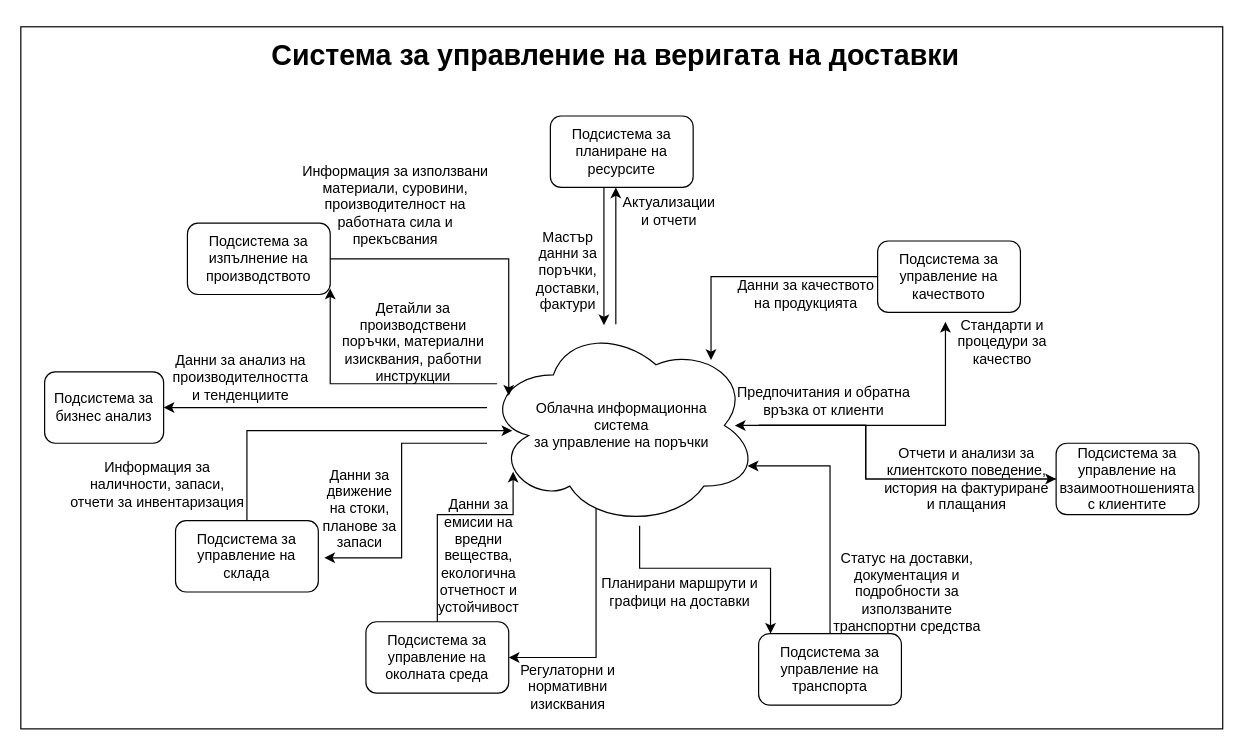
Before: Chapter1/PersoSystDiagram_EN.drawio in profjordanov/phd, a draw.io diagram. Source tidied: cells renumbered, new cells numbered last; positions are measured from the earlier drawing's top-left corner, leaving out a move shared by most shapes. Both pictures are drawn from the tidied source at 119%, with x=0, y=0 at pixel (20, 26).
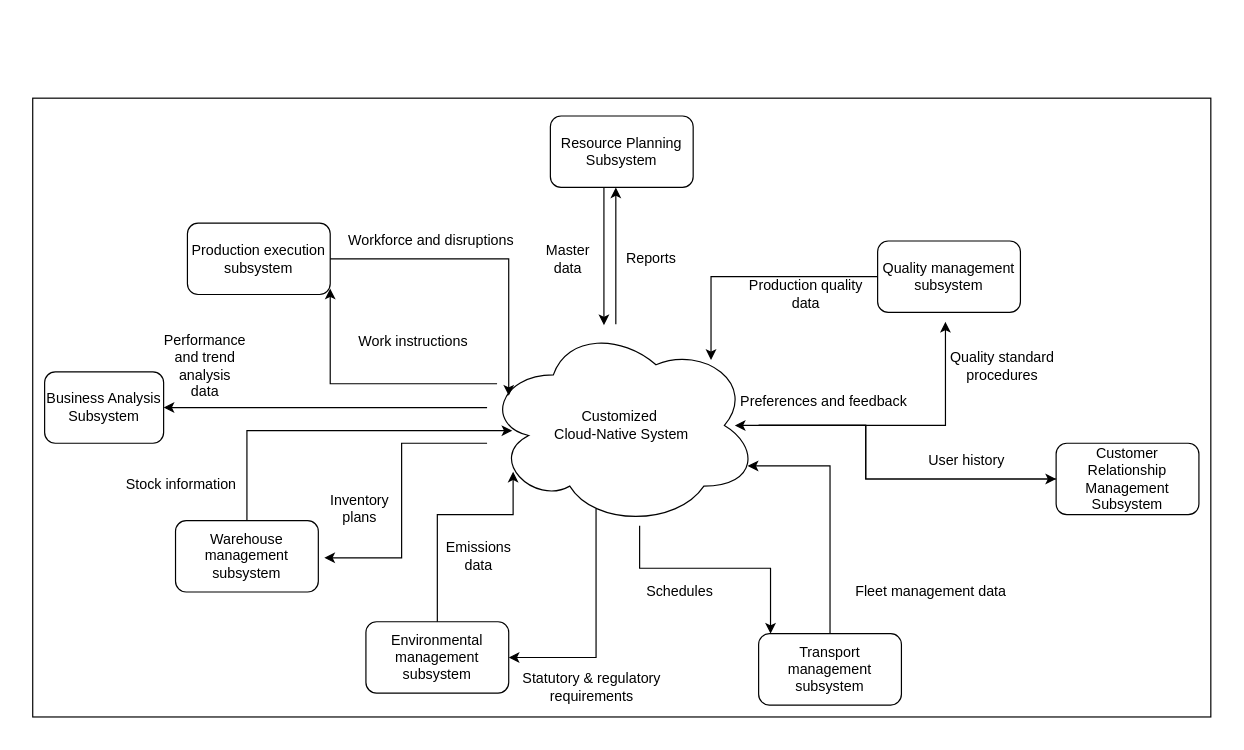
Above is the later version.

The edit, as a diff of the source:
```diff
@@
     <mxCell id="2" style="rounded=0;whiteSpace=wrap;html=1;" parent="1" vertex="1">
-      <mxGeometry width="1010" height="590" as="geometry" />
+      <mxGeometry x="10" y="60" width="990" height="520" as="geometry" />
     </mxCell>
@@
-    <mxCell id="8" value="Облачна информационна &lt;br&gt;система&lt;br&gt;за управление на поръчки" style="ellipse;shape=cloud;whiteSpace=wrap;html=1;" parent="1" vertex="1">
+    <mxCell id="8" value="Customized&amp;nbsp;&lt;div&gt;Cloud-Native System&lt;/div&gt;" style="ellipse;shape=cloud;whiteSpace=wrap;html=1;" parent="1" vertex="1">
       <mxGeometry x="390" y="250" width="230" height="170" as="geometry" />
     </mxCell>
-    <mxCell id="9" value="Подсистема&amp;nbsp;за управление на околната среда" style="rounded=1;whiteSpace=wrap;html=1;" parent="1" vertex="1">
+    <mxCell id="9" value="Environmental management subsystem" style="rounded=1;whiteSpace=wrap;html=1;" parent="1" vertex="1">
       <mxGeometry x="290" y="500" width="120" height="60" as="geometry" />
     </mxCell>
-    <mxCell id="10" value="Подсистема&amp;nbsp;за управление на транспорта" style="rounded=1;whiteSpace=wrap;html=1;" parent="1" vertex="1">
+    <mxCell id="10" value="Transport management subsystem" style="rounded=1;whiteSpace=wrap;html=1;" parent="1" vertex="1">
       <mxGeometry x="620" y="510" width="120" height="60" as="geometry" />
     </mxCell>
-    <mxCell id="11" value="Подсистема&amp;nbsp;за управление на взаимоотношенията с клиентите" style="rounded=1;whiteSpace=wrap;html=1;" parent="1" vertex="1">
+    <mxCell id="11" value="Customer Relationship Management Subsystem" style="rounded=1;whiteSpace=wrap;html=1;" parent="1" vertex="1">
       <mxGeometry x="870" y="350" width="120" height="60" as="geometry" />
     </mxCell>
-    <mxCell id="12" value="Подсистема&amp;nbsp;за управление на складa" style="rounded=1;whiteSpace=wrap;html=1;" parent="1" vertex="1">
+    <mxCell id="12" value="Warehouse management subsystem" style="rounded=1;whiteSpace=wrap;html=1;" parent="1" vertex="1">
       <mxGeometry x="130" y="415" width="120" height="60" as="geometry" />
     </mxCell>
-    <mxCell id="13" value="Подсистема&amp;nbsp;за изпълнение на производството" style="rounded=1;whiteSpace=wrap;html=1;" parent="1" vertex="1">
+    <mxCell id="13" value="Production execution subsystem" style="rounded=1;whiteSpace=wrap;html=1;" parent="1" vertex="1">
       <mxGeometry x="140" y="165" width="120" height="60" as="geometry" />
     </mxCell>
@@
-    <mxCell id="15" value="Подсистема за планиране на ресурсите" style="rounded=1;whiteSpace=wrap;html=1;" parent="1" vertex="1">
+    <mxCell id="15" value="Resource Planning Subsystem" style="rounded=1;whiteSpace=wrap;html=1;" parent="1" vertex="1">
       <mxGeometry x="445" y="75" width="120" height="60" as="geometry" />
     </mxCell>
-    <mxCell id="16" value="Подсистема&amp;nbsp;за управление на качеството" style="rounded=1;whiteSpace=wrap;html=1;" parent="1" vertex="1">
+    <mxCell id="16" value="Quality management subsystem" style="rounded=1;whiteSpace=wrap;html=1;" parent="1" vertex="1">
       <mxGeometry x="720" y="180" width="120" height="60" as="geometry" />
     </mxCell>
-    <mxCell id="17" value="Подсистема&amp;nbsp;за бизнес анализ" style="rounded=1;whiteSpace=wrap;html=1;" parent="1" vertex="1">
+    <mxCell id="17" value="Business Analysis Subsystem" style="rounded=1;whiteSpace=wrap;html=1;" parent="1" vertex="1">
       <mxGeometry x="20" y="290" width="100" height="60" as="geometry" />
     </mxCell>
@@
-    <mxCell id="21" value="Данни за движение на стоки, планове за запаси" style="text;html=1;align=center;verticalAlign=middle;whiteSpace=wrap;rounded=0;" parent="1" vertex="1">
+    <mxCell id="21" value="Inventory plans" style="text;html=1;align=center;verticalAlign=middle;whiteSpace=wrap;rounded=0;" parent="1" vertex="1">
       <mxGeometry x="250" y="390" width="70" height="30" as="geometry" />
     </mxCell>
-    <mxCell id="22" value="Детайли за производствени поръчки, материални изисквания, работни инструкции" style="text;html=1;align=center;verticalAlign=middle;whiteSpace=wrap;rounded=0;" parent="1" vertex="1">
+    <mxCell id="22" value="Work instructions" style="text;html=1;align=center;verticalAlign=middle;whiteSpace=wrap;rounded=0;" parent="1" vertex="1">
       <mxGeometry x="260" y="250" width="140" height="30" as="geometry" />
     </mxCell>
@@
-    <mxCell id="27" value="Данни за анализ на производителността и тенденциите" style="text;html=1;align=center;verticalAlign=middle;whiteSpace=wrap;rounded=0;" parent="1" vertex="1">
-      <mxGeometry x="150" y="280" width="70" height="30" as="geometry" />
+    <mxCell id="27" value="Performance and trend analysis data" style="text;html=1;align=center;verticalAlign=middle;whiteSpace=wrap;rounded=0;" parent="1" vertex="1">
+      <mxGeometry x="120" y="270" width="70" height="30" as="geometry" />
     </mxCell>
-    <mxCell id="28" value="Информация за наличности, запаси, отчети за инвентаризация" style="text;html=1;align=center;verticalAlign=middle;whiteSpace=wrap;rounded=0;" parent="1" vertex="1">
-      <mxGeometry x="40" y="370" width="150" height="30" as="geometry" />
+    <mxCell id="28" value="Stock information" style="text;html=1;align=center;verticalAlign=middle;whiteSpace=wrap;rounded=0;" parent="1" vertex="1">
+      <mxGeometry x="60" y="370" width="150" height="30" as="geometry" />
     </mxCell>
-    <mxCell id="29" value="Информация за използвани материали, суровини, производителност на работната сила и прекъсвания" style="text;html=1;align=center;verticalAlign=middle;whiteSpace=wrap;rounded=0;" parent="1" vertex="1">
-      <mxGeometry x="230" y="135" width="170" height="30" as="geometry" />
+    <mxCell id="29" value="Workforce and disruptions" style="text;html=1;align=center;verticalAlign=middle;whiteSpace=wrap;rounded=0;" parent="1" vertex="1">
+      <mxGeometry x="260" y="165" width="170" height="30" as="geometry" />
     </mxCell>
-    <mxCell id="30" value="Стандарти и процедури за качество" style="text;html=1;align=center;verticalAlign=middle;whiteSpace=wrap;rounded=0;" parent="1" vertex="1">
-      <mxGeometry x="770" y="250" width="110" height="30" as="geometry" />
+    <mxCell id="30" value="Quality standard procedures" style="text;html=1;align=center;verticalAlign=middle;whiteSpace=wrap;rounded=0;" parent="1" vertex="1">
+      <mxGeometry x="770" y="270" width="110" height="30" as="geometry" />
     </mxCell>
-    <mxCell id="31" value="Данни за качеството на продукцията" style="text;html=1;align=center;verticalAlign=middle;whiteSpace=wrap;rounded=0;" parent="1" vertex="1">
+    <mxCell id="31" value="Production quality data" style="text;html=1;align=center;verticalAlign=middle;whiteSpace=wrap;rounded=0;" parent="1" vertex="1">
       <mxGeometry x="600" y="210" width="120" height="30" as="geometry" />
     </mxCell>
@@
-    <mxCell id="33" value="Данни за eмисии на вредни вещества, екологична отчетност и устойчивост" style="text;html=1;align=center;verticalAlign=middle;whiteSpace=wrap;rounded=0;" parent="1" vertex="1">
+    <mxCell id="33" value="Emissions data" style="text;html=1;align=center;verticalAlign=middle;whiteSpace=wrap;rounded=0;" parent="1" vertex="1">
       <mxGeometry x="350" y="430" width="70" height="30" as="geometry" />
     </mxCell>
-    <mxCell id="34" value="Регулаторни и нормативни изисквания" style="text;html=1;align=center;verticalAlign=middle;whiteSpace=wrap;rounded=0;" parent="1" vertex="1">
-      <mxGeometry x="400" y="540" width="120" height="30" as="geometry" />
+    <mxCell id="34" value="Statutory &amp;amp; regulatory requirements" style="text;html=1;align=center;verticalAlign=middle;whiteSpace=wrap;rounded=0;" parent="1" vertex="1">
+      <mxGeometry x="420" y="540" width="120" height="30" as="geometry" />
     </mxCell>
-    <mxCell id="35" value="Предпочитания и обратна връзка от клиенти" style="text;html=1;align=center;verticalAlign=middle;whiteSpace=wrap;rounded=0;" parent="1" vertex="1">
+    <mxCell id="35" value="Preferences and feedback" style="text;html=1;align=center;verticalAlign=middle;whiteSpace=wrap;rounded=0;" parent="1" vertex="1">
       <mxGeometry x="600" y="300" width="150" height="30" as="geometry" />
     </mxCell>
-    <mxCell id="36" value="Отчети и анализи за клиентското поведение, история на фактуриране и плащания" style="text;html=1;align=center;verticalAlign=middle;whiteSpace=wrap;rounded=0;" parent="1" vertex="1">
-      <mxGeometry x="720" y="365" width="150" height="30" as="geometry" />
+    <mxCell id="36" value="User history" style="text;html=1;align=center;verticalAlign=middle;whiteSpace=wrap;rounded=0;" parent="1" vertex="1">
+      <mxGeometry x="720" y="350" width="150" height="30" as="geometry" />
     </mxCell>
-    <mxCell id="37" value="Планирани маршрути и графици на доставки" style="text;html=1;align=center;verticalAlign=middle;whiteSpace=wrap;rounded=0;" parent="1" vertex="1">
+    <mxCell id="37" value="Schedules" style="text;html=1;align=center;verticalAlign=middle;whiteSpace=wrap;rounded=0;" parent="1" vertex="1">
       <mxGeometry x="479" y="460" width="150" height="30" as="geometry" />
     </mxCell>
-    <mxCell id="38" value="Статус на доставки, документация и подробности за използваните транспортни средства" style="text;html=1;align=center;verticalAlign=middle;whiteSpace=wrap;rounded=0;" parent="1" vertex="1">
-      <mxGeometry x="670" y="460" width="150" height="30" as="geometry" />
+    <mxCell id="38" value="Fleet management data" style="text;html=1;align=center;verticalAlign=middle;whiteSpace=wrap;rounded=0;" parent="1" vertex="1">
+      <mxGeometry x="690" y="460" width="150" height="30" as="geometry" />
     </mxCell>
@@
-    <mxCell id="40" value="Мастър данни за поръчки, доставки, фактури" style="text;html=1;align=center;verticalAlign=middle;whiteSpace=wrap;rounded=0;" parent="1" vertex="1">
-      <mxGeometry x="425" y="190" width="70" height="30" as="geometry" />
+    <mxCell id="40" value="Master&lt;div&gt;data&lt;/div&gt;" style="text;html=1;align=center;verticalAlign=middle;whiteSpace=wrap;rounded=0;" parent="1" vertex="1">
+      <mxGeometry x="425" y="180" width="70" height="30" as="geometry" />
     </mxCell>
-    <mxCell id="41" value="Актуализации и отчети" style="text;html=1;align=center;verticalAlign=middle;whiteSpace=wrap;rounded=0;" parent="1" vertex="1">
-      <mxGeometry x="510" y="140" width="70" height="30" as="geometry" />
+    <mxCell id="41" value="Reports" style="text;html=1;align=center;verticalAlign=middle;whiteSpace=wrap;rounded=0;" parent="1" vertex="1">
+      <mxGeometry x="495" y="180" width="70" height="30" as="geometry" />
     </mxCell>
-    <mxCell id="42" value="&lt;h1&gt;Система за управление на веригата на доставки&lt;/h1&gt;" style="text;html=1;align=center;verticalAlign=middle;whiteSpace=wrap;rounded=0;" parent="1" vertex="1">
-      <mxGeometry x="190" y="10" width="620" height="30" as="geometry" />
-    </mxCell>
```
